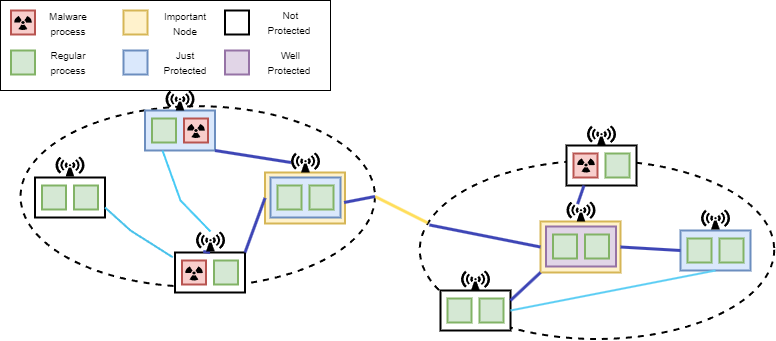
This is 名称未設定ファイル.drawio.png from Creammilky/draw.io, a draw.io export, as it was before one commit. Source tidied: cells renumbered, new cells last; positions are measured from the earlier drawing's top-left corner, leaving out a move shared by most shapes.
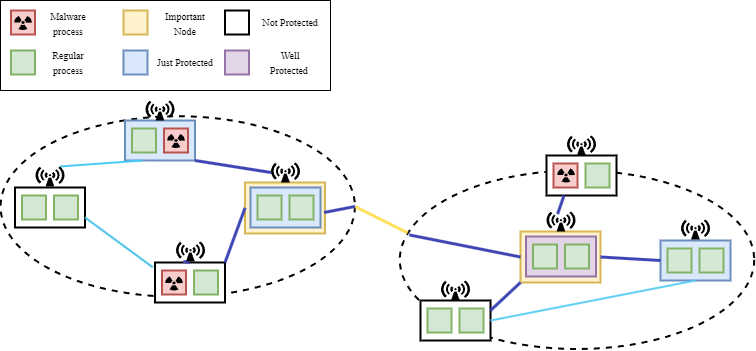
The same file after the commit.

The edit, as a diff of the source:
```diff
@@ -90,21 +90,13 @@
       <mxGeometry relative="1" as="geometry" />
     </mxCell>
     <mxCell id="31" style="endArrow=none;html=1;rounded=0;entryX=-0.032;entryY=0.119;entryDx=0;entryDy=0;exitX=1;exitY=0.75;exitDx=0;exitDy=0;strokeWidth=2;strokeColor=#48c1ea;entryPerimeter=0;" parent="1" edge="1" source="5" target="8">
-      <mxGeometry relative="1" as="geometry">
-        <Array as="points">
-          <mxPoint x="130" y="230" />
-        </Array>
-      </mxGeometry>
+      <mxGeometry relative="1" as="geometry" />
     </mxCell>
     <mxCell id="32" style="endArrow=none;html=1;rounded=0;entryX=0;entryY=0.5;entryDx=0;entryDy=0;exitX=1;exitY=1;exitDx=0;exitDy=0;strokeWidth=3;strokeColor=#3e46b6;entryPerimeter=0;" parent="1" edge="1" source="11" target="38">
       <mxGeometry relative="1" as="geometry" />
     </mxCell>
-    <mxCell id="33" style="endArrow=none;html=1;rounded=0;entryX=0.25;entryY=1;entryDx=0;entryDy=0;exitX=0.5;exitY=0;exitDx=0;exitDy=0;strokeWidth=2;strokeColor=#47caf5;" parent="1" edge="1" source="37" target="11">
-      <mxGeometry relative="1" as="geometry">
-        <Array as="points">
-          <mxPoint x="180" y="200" />
-        </Array>
-      </mxGeometry>
+    <mxCell id="33" style="endArrow=none;html=1;rounded=0;entryX=0.25;entryY=1;entryDx=0;entryDy=0;exitX=0.845;exitY=0;exitDx=0;exitDy=0;strokeWidth=2;strokeColor=#47caf5;exitPerimeter=0;" parent="1" edge="1" source="34" target="11">
+      <mxGeometry relative="1" as="geometry" />
     </mxCell>
     <mxCell id="34" style="shape=mxgraph.signs.safety.non-ionizing_radiation;html=1;fillColor=#000000;strokeColor=none;verticalLabelPosition=bottom;verticalAlign=top;align=center;sketch=0;strokeWidth=1;fillStyle=auto;" parent="1" vertex="1">
       <mxGeometry x="55" y="156" width="29" height="20" as="geometry" />
@@ -164,46 +156,46 @@
       <mxGeometry relative="1" as="geometry" />
     </mxCell>
     <mxCell id="53" style="rounded=0;whiteSpace=wrap;html=1;" parent="1" vertex="1">
-      <mxGeometry width="330" height="90" as="geometry" />
+      <mxGeometry x="20" y="-10" width="330" height="90" as="geometry" />
     </mxCell>
     <mxCell id="54" style="whiteSpace=wrap;html=1;strokeWidth=2;fillColor=#f8cecc;strokeColor=#b85450;" parent="1" vertex="1">
-      <mxGeometry x="10.5" y="10" width="24" height="24" as="geometry" />
+      <mxGeometry x="30.5" width="24" height="24" as="geometry" />
     </mxCell>
     <mxCell id="55" style="shape=mxgraph.signs.safety.radiation;html=1;fillColor=#000000;strokeColor=none;verticalLabelPosition=bottom;verticalAlign=top;align=center;sketch=0;" parent="1" vertex="1">
-      <mxGeometry x="13.5" y="15.5" width="18" height="14" as="geometry" />
+      <mxGeometry x="33.5" y="5.5" width="18" height="14" as="geometry" />
     </mxCell>
     <mxCell id="56" style="whiteSpace=wrap;html=1;strokeWidth=2;fillColor=#d5e8d4;strokeColor=#82b366;" parent="1" vertex="1">
-      <mxGeometry x="10.5" y="50" width="24" height="24" as="geometry" />
+      <mxGeometry x="30.5" y="40" width="24" height="24" as="geometry" />
     </mxCell>
     <mxCell id="57" style="rounded=0;whiteSpace=wrap;html=1;strokeWidth=2;fillStyle=auto;labelBackgroundColor=none;strokeColor=#d6b656;fillColor=#fff2cc;" parent="1" vertex="1">
-      <mxGeometry x="123" y="10" width="24" height="24" as="geometry" />
+      <mxGeometry x="143" width="24" height="24" as="geometry" />
     </mxCell>
     <mxCell id="58" style="rounded=0;whiteSpace=wrap;html=1;strokeWidth=2;fillStyle=auto;labelBackgroundColor=none;strokeColor=#6c8ebf;fillColor=#dae8fc;" parent="1" vertex="1">
-      <mxGeometry x="123" y="50" width="24" height="24" as="geometry" />
+      <mxGeometry x="143" y="40" width="24" height="24" as="geometry" />
     </mxCell>
     <mxCell id="59" style="rounded=0;whiteSpace=wrap;html=1;strokeWidth=2;fillStyle=auto;labelBackgroundColor=none;strokeColor=#9673a6;fillColor=#e1d5e7;" parent="1" vertex="1">
-      <mxGeometry x="224.5" y="50" width="24" height="24" as="geometry" />
+      <mxGeometry x="244.5" y="40" width="24" height="24" as="geometry" />
     </mxCell>
-    <mxCell id="60" value="&lt;font face=&quot;Helvetica&quot; style=&quot;font-size: 10px;&quot;&gt;Malware process&lt;/font&gt;" style="text;html=1;strokeColor=none;fillColor=none;align=center;verticalAlign=middle;whiteSpace=wrap;rounded=0;" parent="1" vertex="1">
-      <mxGeometry x="37.5" y="7.5" width="60" height="30" as="geometry" />
+    <mxCell id="60" value="&lt;font style=&quot;font-size: 10px;&quot;&gt;Malware process&lt;/font&gt;" style="text;html=1;strokeColor=none;fillColor=none;align=center;verticalAlign=middle;whiteSpace=wrap;rounded=0;fontFamily=Times New Roman;" parent="1" vertex="1">
+      <mxGeometry x="57.5" y="-2.5" width="60" height="30" as="geometry" />
     </mxCell>
-    <mxCell id="61" value="&lt;font face=&quot;Helvetica&quot; style=&quot;font-size: 10px;&quot;&gt;Regular process&lt;/font&gt;" style="text;html=1;strokeColor=none;fillColor=none;align=center;verticalAlign=middle;whiteSpace=wrap;rounded=0;" parent="1" vertex="1">
-      <mxGeometry x="37.5" y="47" width="60" height="30" as="geometry" />
+    <mxCell id="61" value="&lt;font style=&quot;font-size: 10px;&quot;&gt;Regular process&lt;/font&gt;" style="text;html=1;strokeColor=none;fillColor=none;align=center;verticalAlign=middle;whiteSpace=wrap;rounded=0;fontFamily=Times New Roman;" parent="1" vertex="1">
+      <mxGeometry x="57.5" y="37" width="60" height="30" as="geometry" />
     </mxCell>
-    <mxCell id="62" value="&lt;span style=&quot;font-size: 10px;&quot;&gt;Important Node&lt;/span&gt;" style="text;html=1;strokeColor=none;fillColor=none;align=center;verticalAlign=middle;whiteSpace=wrap;rounded=0;" parent="1" vertex="1">
-      <mxGeometry x="154.5" y="7.5" width="60" height="30" as="geometry" />
+    <mxCell id="62" value="&lt;span style=&quot;font-size: 10px;&quot;&gt;Important Node&lt;/span&gt;" style="text;html=1;strokeColor=none;fillColor=none;align=center;verticalAlign=middle;whiteSpace=wrap;rounded=0;fontFamily=Times New Roman;" parent="1" vertex="1">
+      <mxGeometry x="174.5" y="-2.5" width="60" height="30" as="geometry" />
     </mxCell>
-    <mxCell id="63" value="&lt;span style=&quot;font-size: 10px;&quot;&gt;Just Protected&lt;/span&gt;" style="text;html=1;strokeColor=none;fillColor=none;align=center;verticalAlign=middle;whiteSpace=wrap;rounded=0;" parent="1" vertex="1">
-      <mxGeometry x="154.5" y="47" width="60" height="30" as="geometry" />
+    <mxCell id="63" value="&lt;span style=&quot;font-size: 10px;&quot;&gt;Just Protected&lt;/span&gt;" style="text;html=1;strokeColor=none;fillColor=none;align=center;verticalAlign=middle;whiteSpace=wrap;rounded=0;fontFamily=Times New Roman;" parent="1" vertex="1">
+      <mxGeometry x="174.5" y="37" width="60" height="30" as="geometry" />
     </mxCell>
-    <mxCell id="64" value="&lt;span style=&quot;font-size: 10px;&quot;&gt;&amp;nbsp;Well Protected&lt;/span&gt;" style="text;html=1;strokeColor=none;fillColor=none;align=center;verticalAlign=middle;whiteSpace=wrap;rounded=0;" parent="1" vertex="1">
-      <mxGeometry x="259" y="47" width="60" height="30" as="geometry" />
+    <mxCell id="64" value="&lt;span style=&quot;font-size: 10px;&quot;&gt;&amp;nbsp;Well Protected&lt;/span&gt;" style="text;html=1;strokeColor=none;fillColor=none;align=center;verticalAlign=middle;whiteSpace=wrap;rounded=0;fontFamily=Times New Roman;" parent="1" vertex="1">
+      <mxGeometry x="279" y="37" width="60" height="30" as="geometry" />
     </mxCell>
     <mxCell id="65" style="rounded=0;whiteSpace=wrap;html=1;strokeWidth=2;fillStyle=auto;labelBackgroundColor=none;" parent="1" vertex="1">
-      <mxGeometry x="224.5" y="10" width="24" height="24" as="geometry" />
+      <mxGeometry x="244.5" width="24" height="24" as="geometry" />
     </mxCell>
-    <mxCell id="66" value="&lt;span style=&quot;font-size: 10px;&quot;&gt;&amp;nbsp;Not Protected&lt;/span&gt;" style="text;html=1;strokeColor=none;fillColor=none;align=center;verticalAlign=middle;whiteSpace=wrap;rounded=0;" parent="1" vertex="1">
-      <mxGeometry x="259" y="7" width="60" height="30" as="geometry" />
+    <mxCell id="66" value="&lt;span style=&quot;font-size: 10px;&quot;&gt;&amp;nbsp;Not Protected&lt;/span&gt;" style="text;html=1;strokeColor=none;fillColor=none;align=center;verticalAlign=middle;whiteSpace=wrap;rounded=0;fontFamily=Times New Roman;" parent="1" vertex="1">
+      <mxGeometry x="279" y="-3" width="60" height="30" as="geometry" />
     </mxCell>
   </root>
 </mxGraphModel>
```
